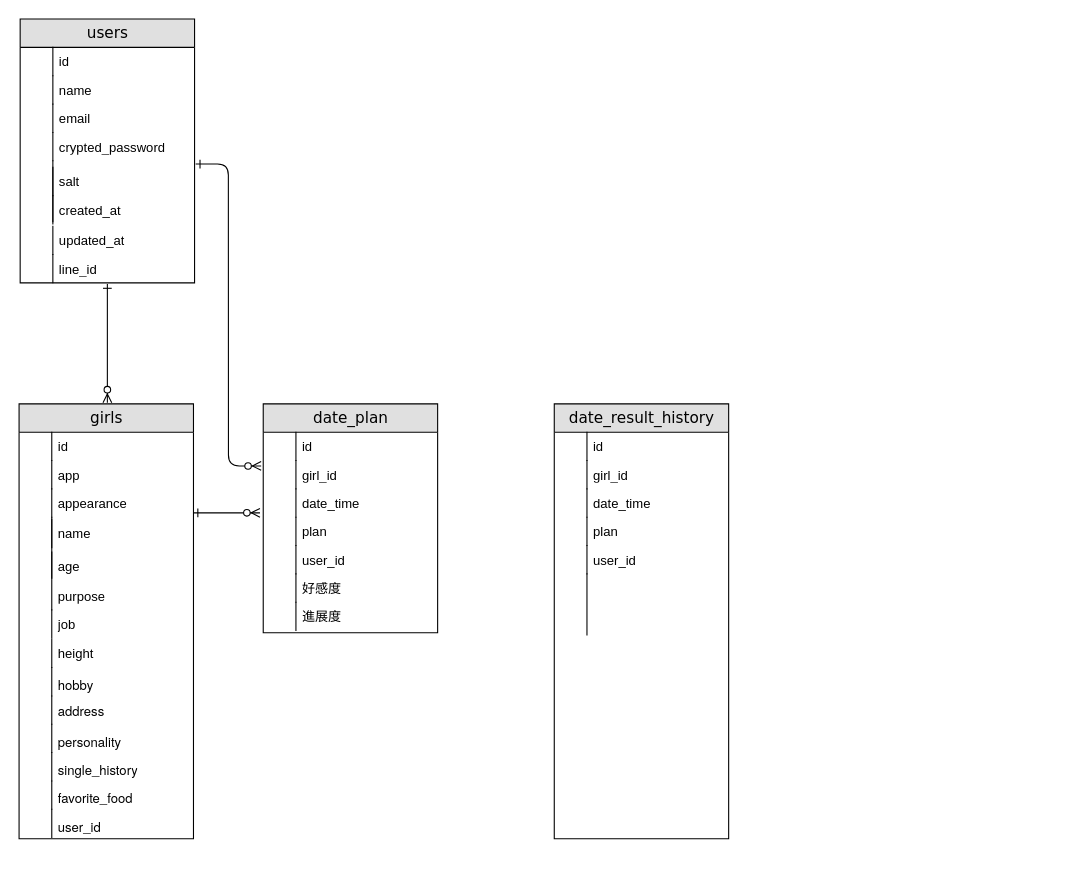
This is Untitled Diagram.drawio from kstar0102/ryuki0102, a draw.io file, before an edit. Source tidied: cells renumbered, new cells numbered last; positions are measured from the earlier drawing's top-left corner, leaving out a move shared by most shapes. Both pictures are drawn from the tidied source at 109%, with x=0, y=0 at pixel (19, 19).
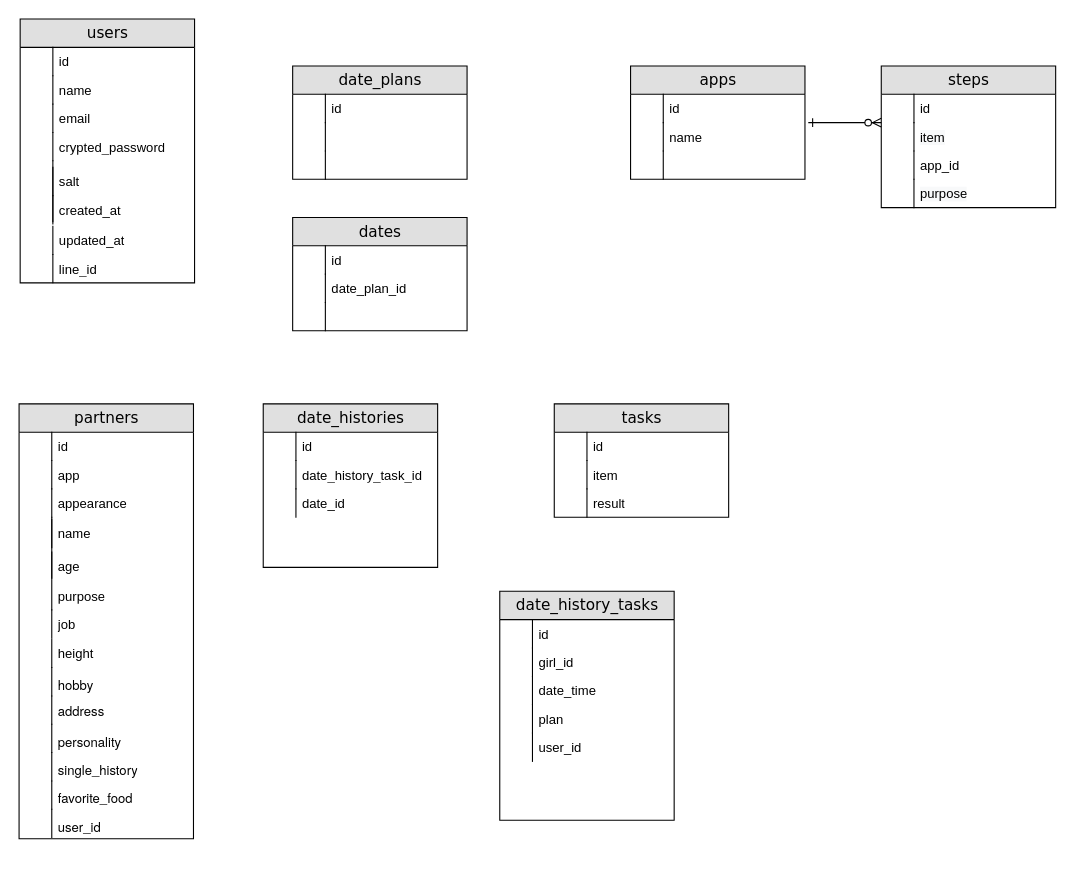
Above is the later version.

Commit message:
Add: データベース設計１

The edit, as a diff of the source:
```diff
@@
-    <mxCell id="21" value="girls" style="swimlane;html=1;fontStyle=0;horizontal=1;startSize=26;fillColor=#e0e0e0;swimlaneFillColor=#ffffff;align=center;rounded=0;shadow=0;comic=0;labelBackgroundColor=none;strokeWidth=1;fontFamily=Verdana;fontSize=14;" parent="1" vertex="1">
+    <mxCell id="21" value="partners" style="swimlane;html=1;fontStyle=0;horizontal=1;startSize=26;fillColor=#e0e0e0;swimlaneFillColor=#ffffff;align=center;rounded=0;shadow=0;comic=0;labelBackgroundColor=none;strokeWidth=1;fontFamily=Verdana;fontSize=14;" parent="1" vertex="1">
       <mxGeometry y="353" width="160" height="399" as="geometry" />
     </mxCell>
@@
-    <mxCell id="50" style="endArrow=ERzeroToMany;html=1;rounded=0;strokeColor=#000000;endFill=1;startArrow=ERone;startFill=0;" parent="1" edge="1">
-      <mxGeometry relative="1" as="geometry">
-        <mxPoint x="81" y="243" as="sourcePoint" />
-        <mxPoint x="81" y="352" as="targetPoint" />
-      </mxGeometry>
-    </mxCell>
@@
-    <mxCell id="53" value="date_plan" style="swimlane;html=1;fontStyle=0;horizontal=1;startSize=26;fillColor=#e0e0e0;swimlaneFillColor=#ffffff;align=center;rounded=0;shadow=0;comic=0;labelBackgroundColor=none;strokeWidth=1;fontFamily=Verdana;fontSize=14;" parent="1" vertex="1">
-      <mxGeometry x="224" y="353" width="160" height="210" as="geometry" />
+    <mxCell id="53" value="date_histories" style="swimlane;html=1;fontStyle=0;horizontal=1;startSize=26;fillColor=#e0e0e0;swimlaneFillColor=#ffffff;align=center;rounded=0;shadow=0;comic=0;labelBackgroundColor=none;strokeWidth=1;fontFamily=Verdana;fontSize=14;" parent="1" vertex="1">
+      <mxGeometry x="224" y="353" width="160" height="150" as="geometry" />
     </mxCell>
@@
-    <mxCell id="56" value="girl_id" style="shape=partialRectangle;top=0;left=0;right=0;bottom=0;html=1;align=left;verticalAlign=top;fillColor=none;spacingLeft=34;spacingRight=4;whiteSpace=wrap;overflow=hidden;points=[[0,0.5],[1,0.5]];portConstraint=eastwest;" parent="53" vertex="1">
+    <mxCell id="56" value="date_history_task_id" style="shape=partialRectangle;top=0;left=0;right=0;bottom=0;html=1;align=left;verticalAlign=top;fillColor=none;spacingLeft=34;spacingRight=4;whiteSpace=wrap;overflow=hidden;points=[[0,0.5],[1,0.5]];portConstraint=eastwest;" parent="53" vertex="1">
       <mxGeometry y="52" width="160" height="26" as="geometry" />
     </mxCell>
@@
-    <mxCell id="58" value="date_time" style="shape=partialRectangle;top=0;left=0;right=0;bottom=0;html=1;align=left;verticalAlign=top;fillColor=none;spacingLeft=34;spacingRight=4;whiteSpace=wrap;overflow=hidden;" parent="53" vertex="1">
-      <mxGeometry y="78" width="160" height="26" as="geometry" />
-    </mxCell>
-    <mxCell id="59" style="shape=partialRectangle;top=0;left=0;bottom=0;html=1;fillColor=none;align=left;verticalAlign=top;spacingLeft=4;spacingRight=4;whiteSpace=wrap;overflow=hidden;" parent="58" vertex="1">
-      <mxGeometry width="30" height="26" as="geometry" />
-    </mxCell>
-    <mxCell id="60" value="plan" style="shape=partialRectangle;top=0;left=0;right=0;bottom=0;html=1;align=left;verticalAlign=top;fillColor=none;spacingLeft=34;spacingRight=4;whiteSpace=wrap;overflow=hidden;" parent="53" vertex="1">
-      <mxGeometry y="104" width="160" height="26" as="geometry" />
+    <mxCell id="60" value="date_id" style="shape=partialRectangle;top=0;left=0;right=0;bottom=0;html=1;align=left;verticalAlign=top;fillColor=none;spacingLeft=34;spacingRight=4;whiteSpace=wrap;overflow=hidden;" parent="53" vertex="1">
+      <mxGeometry y="78" width="160" height="26" as="geometry" />
     </mxCell>
@@
-    <mxCell id="62" value="user_id" style="shape=partialRectangle;top=0;left=0;right=0;bottom=0;html=1;align=left;verticalAlign=top;fillColor=none;spacingLeft=34;spacingRight=4;whiteSpace=wrap;overflow=hidden;" parent="53" vertex="1">
-      <mxGeometry y="130" width="160" height="26" as="geometry" />
-    </mxCell>
-    <mxCell id="63" style="shape=partialRectangle;top=0;left=0;bottom=0;html=1;fillColor=none;align=left;verticalAlign=top;spacingLeft=4;spacingRight=4;whiteSpace=wrap;overflow=hidden;" parent="62" vertex="1">
-      <mxGeometry width="30" height="26" as="geometry" />
-    </mxCell>
-    <mxCell id="64" value="date_result_history" style="swimlane;html=1;fontStyle=0;horizontal=1;startSize=26;fillColor=#e0e0e0;swimlaneFillColor=#ffffff;align=center;rounded=0;shadow=0;comic=0;labelBackgroundColor=none;strokeWidth=1;fontFamily=Verdana;fontSize=14;" parent="1" vertex="1">
-      <mxGeometry x="491" y="353" width="160" height="399" as="geometry" />
+    <mxCell id="64" value="tasks" style="swimlane;html=1;fontStyle=0;horizontal=1;startSize=26;fillColor=#e0e0e0;swimlaneFillColor=#ffffff;align=center;rounded=0;shadow=0;comic=0;labelBackgroundColor=none;strokeWidth=1;fontFamily=Verdana;fontSize=14;" parent="1" vertex="1">
+      <mxGeometry x="491" y="353" width="160" height="104" as="geometry" />
     </mxCell>
@@
-    <mxCell id="67" value="girl_id" style="shape=partialRectangle;top=0;left=0;right=0;bottom=0;html=1;align=left;verticalAlign=top;fillColor=none;spacingLeft=34;spacingRight=4;whiteSpace=wrap;overflow=hidden;" parent="64" vertex="1">
+    <mxCell id="67" value="item" style="shape=partialRectangle;top=0;left=0;right=0;bottom=0;html=1;align=left;verticalAlign=top;fillColor=none;spacingLeft=34;spacingRight=4;whiteSpace=wrap;overflow=hidden;" parent="64" vertex="1">
       <mxGeometry y="52" width="160" height="26" as="geometry" />
     </mxCell>
@@
-    <mxCell id="69" value="date_time" style="shape=partialRectangle;top=0;left=0;right=0;bottom=0;html=1;align=left;verticalAlign=top;fillColor=none;spacingLeft=34;spacingRight=4;whiteSpace=wrap;overflow=hidden;" parent="64" vertex="1">
+    <mxCell id="69" value="result" style="shape=partialRectangle;top=0;left=0;right=0;bottom=0;html=1;align=left;verticalAlign=top;fillColor=none;spacingLeft=34;spacingRight=4;whiteSpace=wrap;overflow=hidden;" parent="64" vertex="1">
       <mxGeometry y="78" width="160" height="26" as="geometry" />
     </mxCell>
@@
+    <mxCell id="83" value="date_history_tasks" style="swimlane;html=1;fontStyle=0;horizontal=1;startSize=26;fillColor=#e0e0e0;swimlaneFillColor=#ffffff;align=center;rounded=0;shadow=0;comic=0;labelBackgroundColor=none;strokeWidth=1;fontFamily=Verdana;fontSize=14;" parent="1" vertex="1">
+      <mxGeometry x="441" y="525" width="160" height="210" as="geometry" />
+    </mxCell>
+    <mxCell id="84" value="id" style="shape=partialRectangle;top=0;left=0;right=0;bottom=0;html=1;align=left;verticalAlign=top;fillColor=none;spacingLeft=34;spacingRight=4;whiteSpace=wrap;overflow=hidden;" parent="83" vertex="1">
+      <mxGeometry y="26" width="160" height="26" as="geometry" />
+    </mxCell>
+    <mxCell id="85" style="shape=partialRectangle;top=0;left=0;bottom=0;html=1;fillColor=none;align=left;verticalAlign=top;spacingLeft=4;spacingRight=4;whiteSpace=wrap;overflow=hidden;" parent="84" vertex="1">
+      <mxGeometry width="30" height="26" as="geometry" />
+    </mxCell>
+    <mxCell id="86" value="girl_id" style="shape=partialRectangle;top=0;left=0;right=0;bottom=0;html=1;align=left;verticalAlign=top;fillColor=none;spacingLeft=34;spacingRight=4;whiteSpace=wrap;overflow=hidden;" parent="83" vertex="1">
+      <mxGeometry y="52" width="160" height="26" as="geometry" />
+    </mxCell>
+    <mxCell id="87" style="shape=partialRectangle;top=0;left=0;bottom=0;html=1;fillColor=none;align=left;verticalAlign=top;spacingLeft=4;spacingRight=4;whiteSpace=wrap;overflow=hidden;" parent="86" vertex="1">
+      <mxGeometry width="30" height="26" as="geometry" />
+    </mxCell>
+    <mxCell id="58" value="date_time" style="shape=partialRectangle;top=0;left=0;right=0;bottom=0;html=1;align=left;verticalAlign=top;fillColor=none;spacingLeft=34;spacingRight=4;whiteSpace=wrap;overflow=hidden;" parent="83" vertex="1">
+      <mxGeometry y="78" width="160" height="26" as="geometry" />
+    </mxCell>
+    <mxCell id="88" style="shape=partialRectangle;top=0;left=0;bottom=0;html=1;fillColor=none;align=left;verticalAlign=top;spacingLeft=4;spacingRight=4;whiteSpace=wrap;overflow=hidden;" parent="58" vertex="1">
+      <mxGeometry width="30" height="26" as="geometry" />
+    </mxCell>
-    <mxCell id="71" value="plan" style="shape=partialRectangle;top=0;left=0;right=0;bottom=0;html=1;align=left;verticalAlign=top;fillColor=none;spacingLeft=34;spacingRight=4;whiteSpace=wrap;overflow=hidden;" parent="64" vertex="1">
+    <mxCell id="71" value="plan" style="shape=partialRectangle;top=0;left=0;right=0;bottom=0;html=1;align=left;verticalAlign=top;fillColor=none;spacingLeft=34;spacingRight=4;whiteSpace=wrap;overflow=hidden;" parent="83" vertex="1">
       <mxGeometry y="104" width="160" height="26" as="geometry" />
     </mxCell>
-    <mxCell id="72" style="shape=partialRectangle;top=0;left=0;bottom=0;html=1;fillColor=none;align=left;verticalAlign=top;spacingLeft=4;spacingRight=4;whiteSpace=wrap;overflow=hidden;" parent="71" vertex="1">
-      <mxGeometry width="30" height="26" as="geometry" />
-    </mxCell>
-    <mxCell id="73" value="user_id" style="shape=partialRectangle;top=0;left=0;right=0;bottom=0;html=1;align=left;verticalAlign=top;fillColor=none;spacingLeft=34;spacingRight=4;whiteSpace=wrap;overflow=hidden;" parent="64" vertex="1">
-      <mxGeometry y="130" width="160" height="26" as="geometry" />
-    </mxCell>
-    <mxCell id="74" style="shape=partialRectangle;top=0;left=0;bottom=0;html=1;fillColor=none;align=left;verticalAlign=top;spacingLeft=4;spacingRight=4;whiteSpace=wrap;overflow=hidden;" parent="73" vertex="1">
-      <mxGeometry width="30" height="26" as="geometry" />
-    </mxCell>
-    <mxCell id="75" style="shape=partialRectangle;top=0;left=0;right=0;bottom=0;html=1;align=left;verticalAlign=top;fillColor=none;spacingLeft=34;spacingRight=4;whiteSpace=wrap;overflow=hidden;" parent="64" vertex="1">
-      <mxGeometry y="156" width="160" height="56" as="geometry" />
-    </mxCell>
-    <mxCell id="76" style="shape=partialRectangle;top=0;left=0;bottom=0;html=1;fillColor=none;align=left;verticalAlign=top;spacingLeft=4;spacingRight=4;whiteSpace=wrap;overflow=hidden;" parent="75" vertex="1">
-      <mxGeometry width="30" height="56" as="geometry" />
-    </mxCell>
-    <mxCell id="77" style="edgeStyle=entityRelationEdgeStyle;fontSize=12;html=1;endArrow=ERzeroToMany;endFill=1;strokeColor=#000000;startArrow=ERone;startFill=0;entryX=-0.012;entryY=0.192;entryDx=0;entryDy=0;entryPerimeter=0;" parent="1" edge="1" target="56">
-      <mxGeometry relative="1" as="geometry">
-        <mxPoint x="162" y="133" as="sourcePoint" />
-      </mxGeometry>
-    </mxCell>
-    <mxCell id="78" style="endArrow=ERzeroToMany;html=1;rounded=0;strokeColor=#000000;startArrow=ERone;startFill=0;endFill=1;" parent="1" edge="1">
-      <mxGeometry relative="1" as="geometry">
-        <mxPoint x="160" y="453" as="sourcePoint" />
-        <mxPoint x="221" y="453" as="targetPoint" />
-      </mxGeometry>
-    </mxCell>
-    <mxCell id="79" value="好感度" style="shape=partialRectangle;top=0;left=0;right=0;bottom=0;html=1;align=left;verticalAlign=top;fillColor=none;spacingLeft=34;spacingRight=4;whiteSpace=wrap;overflow=hidden;" parent="1" vertex="1">
-      <mxGeometry x="224" y="509" width="160" height="26" as="geometry" />
-    </mxCell>
-    <mxCell id="80" style="shape=partialRectangle;top=0;left=0;bottom=0;html=1;fillColor=none;align=left;verticalAlign=top;spacingLeft=4;spacingRight=4;whiteSpace=wrap;overflow=hidden;" parent="79" vertex="1">
-      <mxGeometry width="30" height="26" as="geometry" />
-    </mxCell>
-    <mxCell id="81" value="進展度" style="shape=partialRectangle;top=0;left=0;right=0;bottom=0;html=1;align=left;verticalAlign=top;fillColor=none;spacingLeft=34;spacingRight=4;whiteSpace=wrap;overflow=hidden;" parent="1" vertex="1">
-      <mxGeometry x="224" y="535" width="160" height="26" as="geometry" />
-    </mxCell>
-    <mxCell id="82" style="shape=partialRectangle;top=0;left=0;bottom=0;html=1;fillColor=none;align=left;verticalAlign=top;spacingLeft=4;spacingRight=4;whiteSpace=wrap;overflow=hidden;" parent="81" vertex="1">
-      <mxGeometry width="30" height="26" as="geometry" />
-    </mxCell>
+    <mxCell id="89" style="shape=partialRectangle;top=0;left=0;bottom=0;html=1;fillColor=none;align=left;verticalAlign=top;spacingLeft=4;spacingRight=4;whiteSpace=wrap;overflow=hidden;" parent="71" vertex="1">
+      <mxGeometry width="30" height="26" as="geometry" />
+    </mxCell>
+    <mxCell id="90" value="user_id" style="shape=partialRectangle;top=0;left=0;right=0;bottom=0;html=1;align=left;verticalAlign=top;fillColor=none;spacingLeft=34;spacingRight=4;whiteSpace=wrap;overflow=hidden;" parent="83" vertex="1">
+      <mxGeometry y="130" width="160" height="26" as="geometry" />
+    </mxCell>
+    <mxCell id="91" style="shape=partialRectangle;top=0;left=0;bottom=0;html=1;fillColor=none;align=left;verticalAlign=top;spacingLeft=4;spacingRight=4;whiteSpace=wrap;overflow=hidden;" parent="90" vertex="1">
+      <mxGeometry width="30" height="26" as="geometry" />
+    </mxCell>
+    <mxCell id="92" value="dates" style="swimlane;html=1;fontStyle=0;horizontal=1;startSize=26;fillColor=#e0e0e0;swimlaneFillColor=#ffffff;align=center;rounded=0;shadow=0;comic=0;labelBackgroundColor=none;strokeWidth=1;fontFamily=Verdana;fontSize=14;" parent="1" vertex="1">
+      <mxGeometry x="251" y="182" width="160" height="104" as="geometry" />
+    </mxCell>
+    <mxCell id="93" value="id" style="shape=partialRectangle;top=0;left=0;right=0;bottom=0;html=1;align=left;verticalAlign=top;fillColor=none;spacingLeft=34;spacingRight=4;whiteSpace=wrap;overflow=hidden;" parent="92" vertex="1">
+      <mxGeometry y="26" width="160" height="26" as="geometry" />
+    </mxCell>
+    <mxCell id="94" style="shape=partialRectangle;top=0;left=0;bottom=0;html=1;fillColor=none;align=left;verticalAlign=top;spacingLeft=4;spacingRight=4;whiteSpace=wrap;overflow=hidden;" parent="93" vertex="1">
+      <mxGeometry width="30" height="26" as="geometry" />
+    </mxCell>
+    <mxCell id="95" value="date_plan_id" style="shape=partialRectangle;top=0;left=0;right=0;bottom=0;html=1;align=left;verticalAlign=top;fillColor=none;spacingLeft=34;spacingRight=4;whiteSpace=wrap;overflow=hidden;" parent="92" vertex="1">
+      <mxGeometry y="52" width="160" height="26" as="geometry" />
+    </mxCell>
+    <mxCell id="96" style="shape=partialRectangle;top=0;left=0;bottom=0;html=1;fillColor=none;align=left;verticalAlign=top;spacingLeft=4;spacingRight=4;whiteSpace=wrap;overflow=hidden;" parent="95" vertex="1">
+      <mxGeometry width="30" height="26" as="geometry" />
+    </mxCell>
+    <mxCell id="97" style="shape=partialRectangle;top=0;left=0;right=0;bottom=0;html=1;align=left;verticalAlign=top;fillColor=none;spacingLeft=34;spacingRight=4;whiteSpace=wrap;overflow=hidden;" parent="92" vertex="1">
+      <mxGeometry y="78" width="160" height="26" as="geometry" />
+    </mxCell>
+    <mxCell id="98" style="shape=partialRectangle;top=0;left=0;bottom=0;html=1;fillColor=none;align=left;verticalAlign=top;spacingLeft=4;spacingRight=4;whiteSpace=wrap;overflow=hidden;" parent="97" vertex="1">
+      <mxGeometry width="30" height="26" as="geometry" />
+    </mxCell>
+    <mxCell id="99" value="date_plans" style="swimlane;html=1;fontStyle=0;horizontal=1;startSize=26;fillColor=#e0e0e0;swimlaneFillColor=#ffffff;align=center;rounded=0;shadow=0;comic=0;labelBackgroundColor=none;strokeWidth=1;fontFamily=Verdana;fontSize=14;" parent="1" vertex="1">
+      <mxGeometry x="251" y="43" width="160" height="104" as="geometry" />
+    </mxCell>
+    <mxCell id="100" value="id" style="shape=partialRectangle;top=0;left=0;right=0;bottom=0;html=1;align=left;verticalAlign=top;fillColor=none;spacingLeft=34;spacingRight=4;whiteSpace=wrap;overflow=hidden;" parent="99" vertex="1">
+      <mxGeometry y="26" width="160" height="26" as="geometry" />
+    </mxCell>
+    <mxCell id="101" style="shape=partialRectangle;top=0;left=0;bottom=0;html=1;fillColor=none;align=left;verticalAlign=top;spacingLeft=4;spacingRight=4;whiteSpace=wrap;overflow=hidden;" parent="100" vertex="1">
+      <mxGeometry width="30" height="26" as="geometry" />
+    </mxCell>
+    <mxCell id="102" style="shape=partialRectangle;top=0;left=0;right=0;bottom=0;html=1;align=left;verticalAlign=top;fillColor=none;spacingLeft=34;spacingRight=4;whiteSpace=wrap;overflow=hidden;" parent="99" vertex="1">
+      <mxGeometry y="52" width="160" height="26" as="geometry" />
+    </mxCell>
+    <mxCell id="103" style="shape=partialRectangle;top=0;left=0;bottom=0;html=1;fillColor=none;align=left;verticalAlign=top;spacingLeft=4;spacingRight=4;whiteSpace=wrap;overflow=hidden;" parent="102" vertex="1">
+      <mxGeometry width="30" height="26" as="geometry" />
+    </mxCell>
+    <mxCell id="104" style="shape=partialRectangle;top=0;left=0;right=0;bottom=0;html=1;align=left;verticalAlign=top;fillColor=none;spacingLeft=34;spacingRight=4;whiteSpace=wrap;overflow=hidden;" parent="99" vertex="1">
+      <mxGeometry y="78" width="160" height="26" as="geometry" />
+    </mxCell>
+    <mxCell id="105" style="shape=partialRectangle;top=0;left=0;bottom=0;html=1;fillColor=none;align=left;verticalAlign=top;spacingLeft=4;spacingRight=4;whiteSpace=wrap;overflow=hidden;" parent="104" vertex="1">
+      <mxGeometry width="30" height="26" as="geometry" />
+    </mxCell>
+    <mxCell id="106" value="apps" style="swimlane;html=1;fontStyle=0;horizontal=1;startSize=26;fillColor=#e0e0e0;swimlaneFillColor=#ffffff;align=center;rounded=0;shadow=0;comic=0;labelBackgroundColor=none;strokeWidth=1;fontFamily=Verdana;fontSize=14;" parent="1" vertex="1">
+      <mxGeometry x="561" y="43" width="160" height="104" as="geometry" />
+    </mxCell>
+    <mxCell id="107" value="id" style="shape=partialRectangle;top=0;left=0;right=0;bottom=0;html=1;align=left;verticalAlign=top;fillColor=none;spacingLeft=34;spacingRight=4;whiteSpace=wrap;overflow=hidden;points=[[0,0.5],[1,0.5]];portConstraint=eastwest;" parent="106" vertex="1">
+      <mxGeometry y="26" width="160" height="26" as="geometry" />
+    </mxCell>
+    <mxCell id="108" style="shape=partialRectangle;top=0;left=0;bottom=0;html=1;fillColor=none;align=left;verticalAlign=top;spacingLeft=4;spacingRight=4;whiteSpace=wrap;overflow=hidden;" parent="107" vertex="1">
+      <mxGeometry width="30" height="26" as="geometry" />
+    </mxCell>
+    <mxCell id="109" value="name" style="shape=partialRectangle;top=0;left=0;right=0;bottom=0;html=1;align=left;verticalAlign=top;fillColor=none;spacingLeft=34;spacingRight=4;whiteSpace=wrap;overflow=hidden;" parent="106" vertex="1">
+      <mxGeometry y="52" width="160" height="26" as="geometry" />
+    </mxCell>
+    <mxCell id="110" style="shape=partialRectangle;top=0;left=0;bottom=0;html=1;fillColor=none;align=left;verticalAlign=top;spacingLeft=4;spacingRight=4;whiteSpace=wrap;overflow=hidden;" parent="109" vertex="1">
+      <mxGeometry width="30" height="26" as="geometry" />
+    </mxCell>
+    <mxCell id="111" style="shape=partialRectangle;top=0;left=0;right=0;bottom=0;html=1;align=left;verticalAlign=top;fillColor=none;spacingLeft=34;spacingRight=4;whiteSpace=wrap;overflow=hidden;" parent="106" vertex="1">
+      <mxGeometry y="78" width="160" height="26" as="geometry" />
+    </mxCell>
+    <mxCell id="112" style="shape=partialRectangle;top=0;left=0;bottom=0;html=1;fillColor=none;align=left;verticalAlign=top;spacingLeft=4;spacingRight=4;whiteSpace=wrap;overflow=hidden;" parent="111" vertex="1">
+      <mxGeometry width="30" height="26" as="geometry" />
+    </mxCell>
+    <mxCell id="113" value="steps" style="swimlane;html=1;fontStyle=0;horizontal=1;startSize=26;fillColor=#e0e0e0;swimlaneFillColor=#ffffff;align=center;rounded=0;shadow=0;comic=0;labelBackgroundColor=none;strokeWidth=1;fontFamily=Verdana;fontSize=14;" parent="1" vertex="1">
+      <mxGeometry x="791" y="43" width="160" height="130" as="geometry" />
+    </mxCell>
+    <mxCell id="114" value="id" style="shape=partialRectangle;top=0;left=0;right=0;bottom=0;html=1;align=left;verticalAlign=top;fillColor=none;spacingLeft=34;spacingRight=4;whiteSpace=wrap;overflow=hidden;points=[[0,0.5],[1,0.5]];portConstraint=eastwest;" parent="113" vertex="1">
+      <mxGeometry y="26" width="160" height="26" as="geometry" />
+    </mxCell>
+    <mxCell id="115" style="shape=partialRectangle;top=0;left=0;bottom=0;html=1;fillColor=none;align=left;verticalAlign=top;spacingLeft=4;spacingRight=4;whiteSpace=wrap;overflow=hidden;" parent="114" vertex="1">
+      <mxGeometry width="30" height="26" as="geometry" />
+    </mxCell>
+    <mxCell id="116" value="&lt;span style=&quot;color: rgb(0 , 0 , 0) ; font-family: &amp;#34;helvetica&amp;#34; ; font-size: 12px ; font-style: normal ; font-weight: 400 ; letter-spacing: normal ; text-align: left ; text-indent: 0px ; text-transform: none ; word-spacing: 0px ; background-color: rgb(248 , 249 , 250) ; display: inline ; float: none&quot;&gt;item&lt;/span&gt;" style="shape=partialRectangle;top=0;left=0;right=0;bottom=0;html=1;align=left;verticalAlign=top;fillColor=none;spacingLeft=34;spacingRight=4;whiteSpace=wrap;overflow=hidden;" parent="113" vertex="1">
+      <mxGeometry y="52" width="160" height="26" as="geometry" />
+    </mxCell>
+    <mxCell id="117" style="shape=partialRectangle;top=0;left=0;bottom=0;html=1;fillColor=none;align=left;verticalAlign=top;spacingLeft=4;spacingRight=4;whiteSpace=wrap;overflow=hidden;" parent="116" vertex="1">
+      <mxGeometry width="30" height="26" as="geometry" />
+    </mxCell>
+    <mxCell id="118" value="app_id" style="shape=partialRectangle;top=0;left=0;right=0;bottom=0;html=1;align=left;verticalAlign=top;fillColor=none;spacingLeft=34;spacingRight=4;whiteSpace=wrap;overflow=hidden;" parent="113" vertex="1">
+      <mxGeometry y="78" width="160" height="26" as="geometry" />
+    </mxCell>
+    <mxCell id="119" style="shape=partialRectangle;top=0;left=0;bottom=0;html=1;fillColor=none;align=left;verticalAlign=top;spacingLeft=4;spacingRight=4;whiteSpace=wrap;overflow=hidden;" parent="118" vertex="1">
+      <mxGeometry width="30" height="26" as="geometry" />
+    </mxCell>
+    <mxCell id="120" value="&lt;span style=&quot;color: rgb(0, 0, 0); font-family: helvetica; font-size: 12px; font-style: normal; font-weight: 400; letter-spacing: normal; text-align: left; text-indent: 0px; text-transform: none; word-spacing: 0px; background-color: rgb(248, 249, 250); display: inline; float: none;&quot;&gt;purpose&lt;/span&gt;" style="shape=partialRectangle;top=0;left=0;right=0;bottom=0;html=1;align=left;verticalAlign=top;fillColor=none;spacingLeft=34;spacingRight=4;whiteSpace=wrap;overflow=hidden;" parent="113" vertex="1">
+      <mxGeometry y="104" width="160" height="26" as="geometry" />
+    </mxCell>
+    <mxCell id="121" style="shape=partialRectangle;top=0;left=0;bottom=0;html=1;fillColor=none;align=left;verticalAlign=top;spacingLeft=4;spacingRight=4;whiteSpace=wrap;overflow=hidden;" parent="120" vertex="1">
+      <mxGeometry width="30" height="26" as="geometry" />
+    </mxCell>
+    <mxCell id="122" style="endArrow=ERzeroToMany;html=1;rounded=0;startArrow=ERone;startFill=0;endFill=1;entryX=0;entryY=1;entryDx=0;entryDy=0;entryPerimeter=0;exitX=1.019;exitY=1;exitDx=0;exitDy=0;exitPerimeter=0;" parent="1" edge="1" source="107" target="114">
+      <mxGeometry relative="1" as="geometry" />
+    </mxCell>
```
